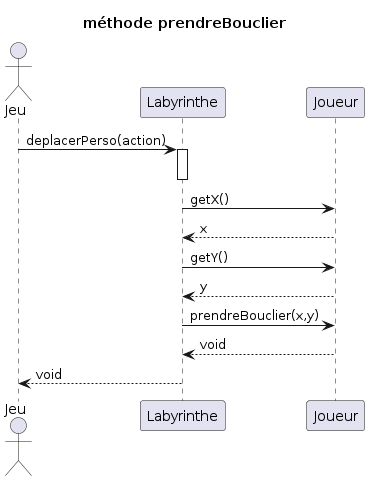
Above: projet_zeldiablo/documents/version_4/PrendreBouclier.png in Packingdustry/2024_Zeldiablo_massoncl1u_delaborde2u_e2074u_marti1228u_e2920u (PlantUML), before the change. Its source is kept beside it as projet_zeldiablo/documents/version_4/prendreBouclier.puml. Its diagram source:
```plantuml
@startuml
title méthode prendreBouclier
actor Jeu
participant Labyrinthe

Jeu -> Labyrinthe: deplacerPerso(action)
activate Labyrinthe
deactivate Labyrinthe

Labyrinthe -> Joueur : getX()
Joueur --> Labyrinthe : x
Labyrinthe -> Joueur : getY()
Joueur --> Labyrinthe : y

Labyrinthe -> Joueur : prendreBouclier(x,y)
Joueur --> Labyrinthe : void
Labyrinthe --> Jeu: void
deactivate Labyrinthe
@enduml
```
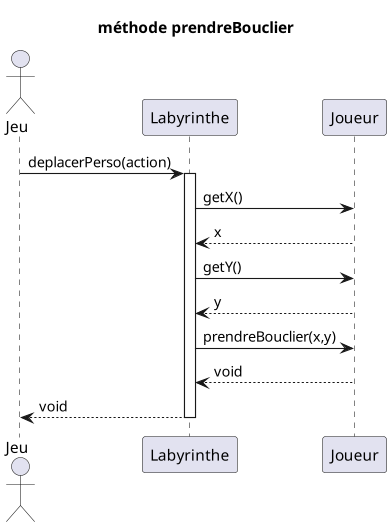
Later version of the same file.

Commit message:
modifie le diagramme de séquence

What changed in the source:
```diff
@@ -5,7 +5,6 @@
 
 Jeu -> Labyrinthe: deplacerPerso(action)
 activate Labyrinthe
-deactivate Labyrinthe
 
 Labyrinthe -> Joueur : getX()
 Joueur --> Labyrinthe : x
```
